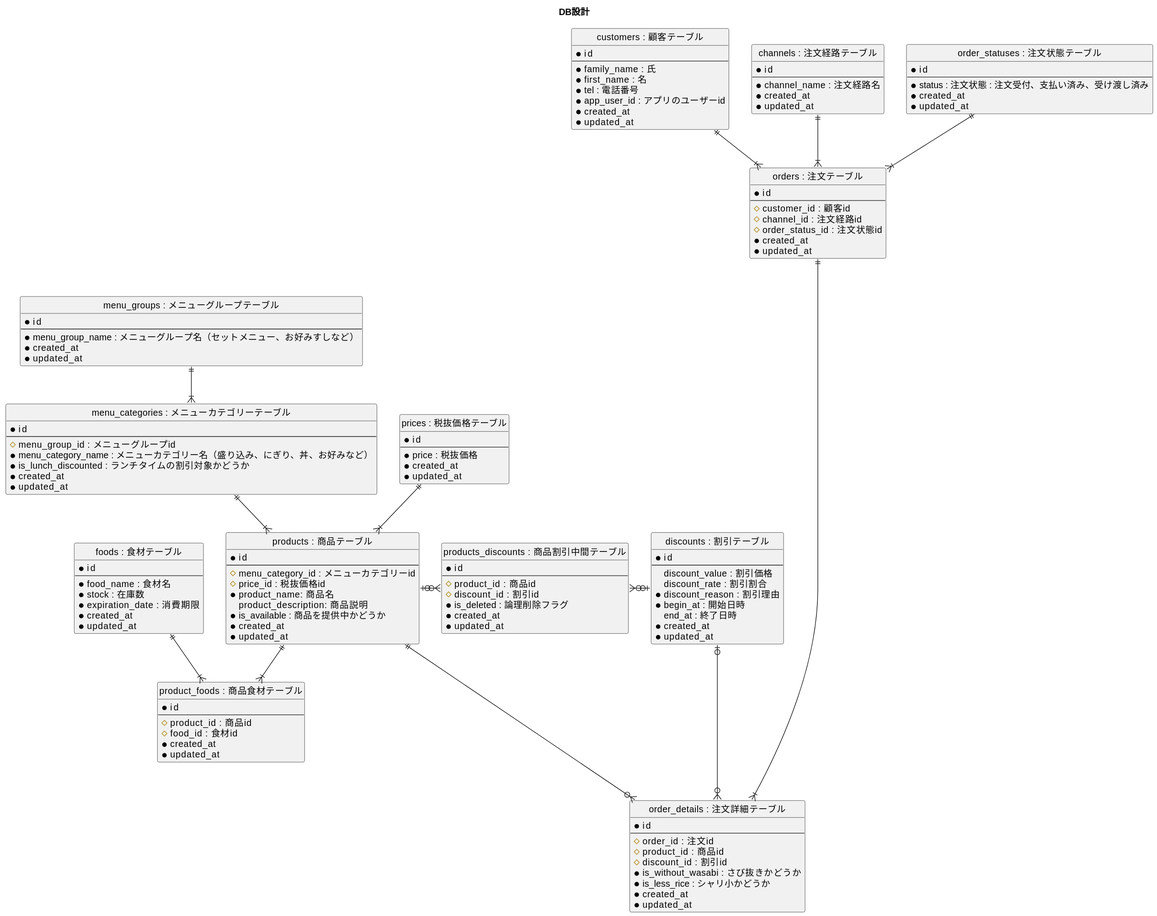
Earlier version of the PlantUML export RSnHzWhxTB705z/01_データベース設計/01_DBモデリング1/01_01_03_er_diagram.svg (praha-inc/praha-challenge-7).
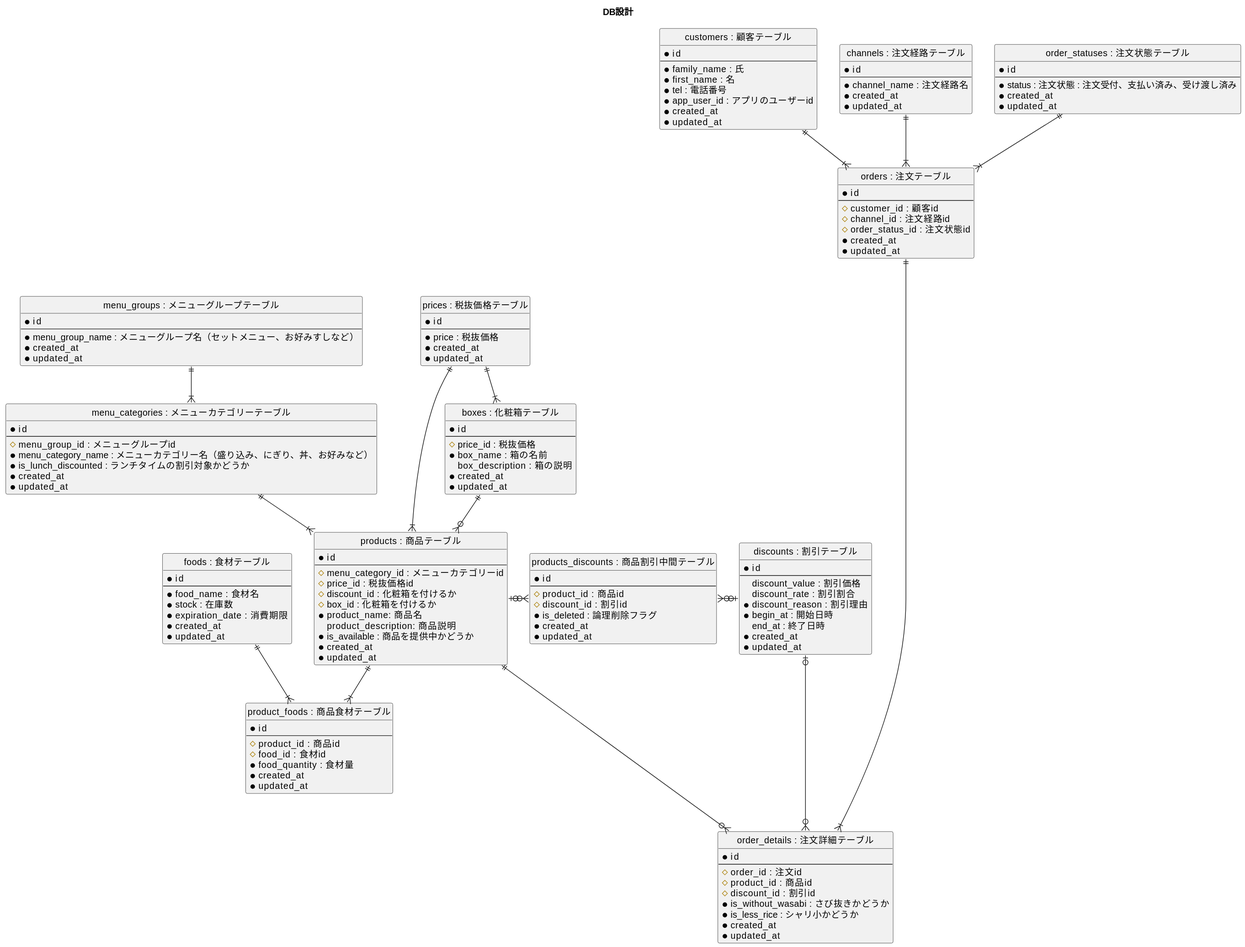
The same file after the commit.

Change to the diagram source:
```diff
@@ -66,11 +66,23 @@
   *updated_at
 }
 
+entity "boxes : 化粧箱テーブル" as boxes {
+  *id
+  --
+  #price_id : 税抜価格
+  *box_name : 箱の名前
+  box_description : 箱の説明
+  *created_at
+  *updated_at
+}
+
 entity "products : 商品テーブル" as products {
   *id
   --
   #menu_category_id : メニューカテゴリーid
   #price_id : 税抜価格id
+  #discount_id : 化粧箱を付けるか
+  #box_id : 化粧箱を付けるか
   *product_name: 商品名
   product_description: 商品説明
   *is_available : 商品を提供中かどうか
@@ -115,6 +127,7 @@
   --
   #product_id : 商品id
   #food_id : 食材id
+  *food_quantity : 食材量
   *created_at
   *updated_at
 }
@@ -142,7 +155,9 @@
 menu_groups ||--|{ menu_categories
 
 menu_categories ||--|{ products
-prices ||--|{ products
+prices ||---|{ products
+prices ||--|{ boxes
+boxes ||--o{ products
 
 products |o-r-o{ products_discounts
 discounts |o-l-o{ products_discounts
```
